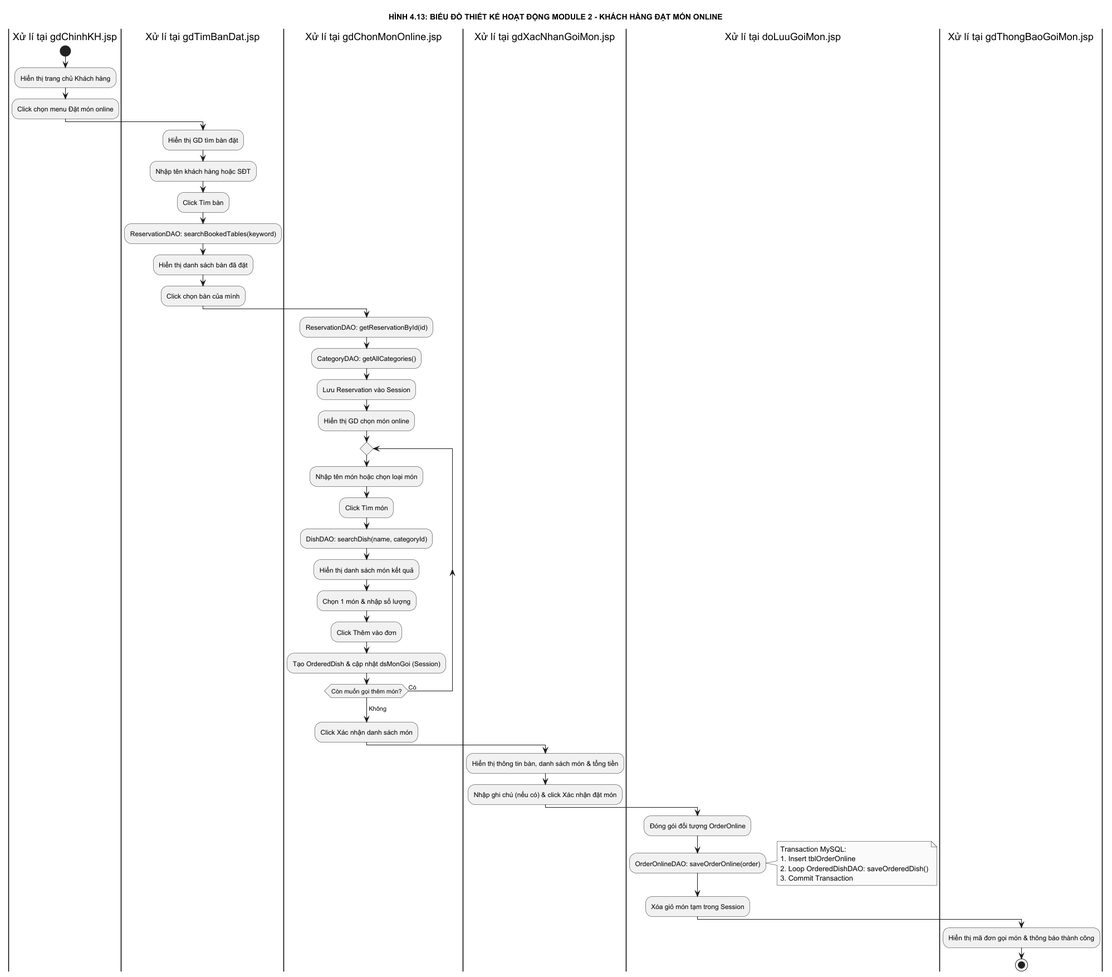
Before: docs/diagrams/Design_06a_Module2_Activity.png, a diagram exported from PlantUML (NEWBIE1005/RMS_RestaurantManagementSystem).
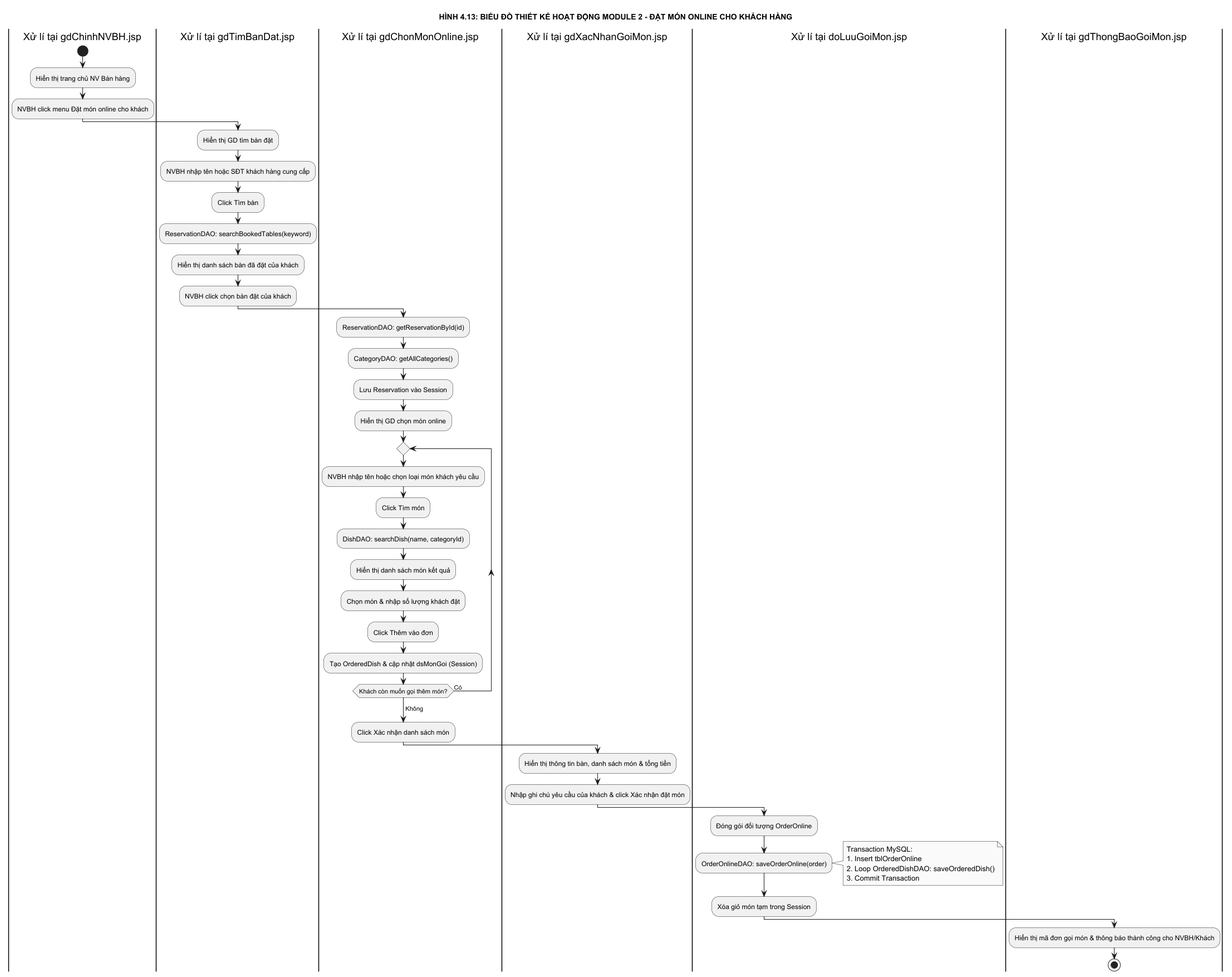
Later version of the same file.

What changed in the source:
```diff
@@ -2,20 +2,20 @@
 skinparam monochrome true
 skinparam shadowing false
 
-title HÌNH 4.13: BIỂU ĐỒ THIẾT KẾ HOẠT ĐỘNG MODULE 2 - KHÁCH HÀNG ĐẶT MÓN ONLINE
+title HÌNH 4.13: BIỂU ĐỒ THIẾT KẾ HOẠT ĐỘNG MODULE 2 - ĐẶT MÓN ONLINE CHO KHÁCH HÀNG
 
-|Xử lí tại gdChinhKH.jsp|
+|Xử lí tại gdChinhNVBH.jsp|
 start
-:Hiển thị trang chủ Khách hàng;
-:Click chọn menu Đặt món online;
+:Hiển thị trang chủ NV Bán hàng;
+:NVBH click menu Đặt món online cho khách;
 
 |Xử lí tại gdTimBanDat.jsp|
 :Hiển thị GD tìm bàn đặt;
-:Nhập tên khách hàng hoặc SĐT;
+:NVBH nhập tên hoặc SĐT khách hàng cung cấp;
 :Click Tìm bàn;
 :ReservationDAO: searchBookedTables(keyword);
-:Hiển thị danh sách bàn đã đặt;
-:Click chọn bàn của mình;
+:Hiển thị danh sách bàn đã đặt của khách;
+:NVBH click chọn bàn đặt của khách;
 
 |Xử lí tại gdChonMonOnline.jsp|
 :ReservationDAO: getReservationById(id);
@@ -24,21 +24,21 @@
 :Hiển thị GD chọn món online;
 
 repeat
-  :Nhập tên món hoặc chọn loại món;
+  :NVBH nhập tên hoặc chọn loại món khách yêu cầu;
   :Click Tìm món;
   :DishDAO: searchDish(name, categoryId);
   :Hiển thị danh sách món kết quả;
-  :Chọn 1 món & nhập số lượng;
+  :Chọn món & nhập số lượng khách đặt;
   :Click Thêm vào đơn;
   :Tạo OrderedDish & cập nhật dsMonGoi (Session);
-repeat while (Còn muốn gọi thêm món?) is (Có)
+repeat while (Khách còn muốn gọi thêm món?) is (Có)
 ->Không;
 
 :Click Xác nhận danh sách món;
 
 |Xử lí tại gdXacNhanGoiMon.jsp|
 :Hiển thị thông tin bàn, danh sách món & tổng tiền;
-:Nhập ghi chú (nếu có) & click Xác nhận đặt món;
+:Nhập ghi chú yêu cầu của khách & click Xác nhận đặt món;
 
 |Xử lí tại doLuuGoiMon.jsp|
 :Đóng gói đối tượng OrderOnline;
@@ -52,7 +52,7 @@
 :Xóa giỏ món tạm trong Session;
 
 |Xử lí tại gdThongBaoGoiMon.jsp|
-:Hiển thị mã đơn gọi món & thông báo thành công;
+:Hiển thị mã đơn gọi món & thông báo thành công cho NVBH/Khách;
 stop
 
 @enduml
```
